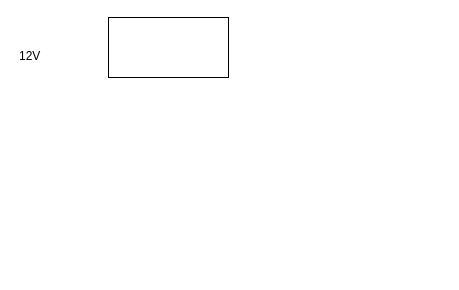
This is BAT.drawio from anhvanthe/01_my_drawio, a draw.io file, before an edit. Source tidied: cells renumbered, new cells numbered last; positions are measured from the earlier drawing's top-left corner, leaving out a move shared by most shapes. Both pictures are drawn from the tidied source at 100%, with x=0, y=0 at pixel (17, 17).
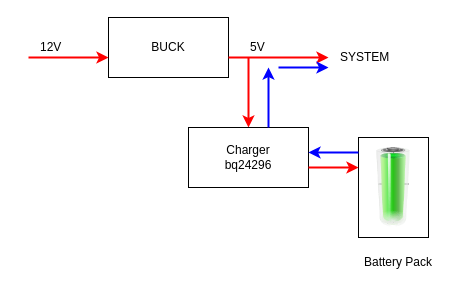
After the change.

What changed in the source:
```diff
@@
+    <mxCell id="4" style="rounded=0;whiteSpace=wrap;html=1;" parent="1" vertex="1">
+      <mxGeometry x="341" y="120" width="70" height="100" as="geometry" />
+    </mxCell>
-    <mxCell id="2" style="rounded=0;whiteSpace=wrap;html=1;" parent="1" vertex="1">
+    <mxCell id="2" value="BUCK" style="rounded=0;whiteSpace=wrap;html=1;" parent="1" vertex="1">
       <mxGeometry x="91" width="120" height="60" as="geometry" />
     </mxCell>
     <mxCell id="3" value="12V" style="text;html=1;align=left;verticalAlign=top;spacingTop=-4;" parent="1" vertex="1">
-      <mxGeometry y="29" width="40" height="20" as="geometry" />
+      <mxGeometry x="21" y="20" width="40" height="20" as="geometry" />
     </mxCell>
+    <mxCell id="5" style="endArrow=classic;html=1;entryX=0;entryY=0.667;entryDx=0;entryDy=0;entryPerimeter=0;strokeColor=#FF0000;jumpSize=6;strokeWidth=2;" parent="1" edge="1" target="2">
+      <mxGeometry relative="1" as="geometry">
+        <mxPoint x="11" y="40" as="sourcePoint" />
+      </mxGeometry>
+    </mxCell>
+    <mxCell id="6" style="endArrow=classic;html=1;strokeColor=#FF0000;strokeWidth=2;" parent="1" edge="1">
+      <mxGeometry relative="1" as="geometry">
+        <mxPoint x="211" y="40" as="sourcePoint" />
+        <mxPoint x="311" y="40" as="targetPoint" />
+      </mxGeometry>
+    </mxCell>
+    <mxCell id="7" value="5V" style="text;html=1;points=[];align=left;verticalAlign=top;spacingTop=-4;" parent="1" vertex="1">
+      <mxGeometry x="231" y="20" width="30" height="20" as="geometry" />
+    </mxCell>
+    <mxCell id="8" value="SYSTEM" style="text;html=1;align=left;verticalAlign=top;spacingTop=-4;" parent="1" vertex="1">
+      <mxGeometry x="321" y="30" width="60" height="20" as="geometry" />
+    </mxCell>
+    <mxCell id="9" style="endArrow=classic;html=1;exitX=0;exitY=1;exitDx=0;exitDy=0;exitPerimeter=0;strokeColor=#FF0000;jumpSize=6;strokeWidth=2;" parent="1" edge="1" source="7">
+      <mxGeometry relative="1" as="geometry">
+        <mxPoint x="231" y="110" as="targetPoint" />
+      </mxGeometry>
+    </mxCell>
+    <mxCell id="10" value="Charger&lt;br&gt;bq24296" style="rounded=0;whiteSpace=wrap;html=1;" parent="1" vertex="1">
+      <mxGeometry x="171" y="110" width="120" height="60" as="geometry" />
+    </mxCell>
+    <mxCell id="11" style="verticalLabelPosition=bottom;shadow=0;dashed=0;align=center;fillColor=#000000;html=1;verticalAlign=top;strokeWidth=1;shape=mxgraph.electrical.miscellaneous.monocell_battery;direction=north;" parent="1" vertex="1">
+      <mxGeometry x="361" y="135" width="30" height="70" as="geometry" />
+    </mxCell>
+    <mxCell id="12" value="Battery Pack" style="text;html=1;align=left;verticalAlign=top;spacingTop=-4;" parent="1" vertex="1">
+      <mxGeometry x="345" y="235" width="80" height="20" as="geometry" />
+    </mxCell>
+    <mxCell id="13" style="image;html=1;labelBackgroundColor=#ffffff;image=img/lib/clip_art/general/Battery_100_128x128.png;" parent="1" vertex="1">
+      <mxGeometry x="341" y="130" width="70" height="80" as="geometry" />
+    </mxCell>
+    <mxCell id="14" style="endArrow=classic;html=1;entryX=0;entryY=0.25;entryDx=0;entryDy=0;strokeColor=#FF0000;jumpSize=6;strokeWidth=2;" parent="1" edge="1" target="13">
+      <mxGeometry relative="1" as="geometry">
+        <mxPoint x="291" y="150" as="sourcePoint" />
+      </mxGeometry>
+    </mxCell>
+    <mxCell id="15" style="endArrow=classic;html=1;entryX=0;entryY=0.25;entryDx=0;entryDy=0;strokeColor=#0000FF;jumpSize=6;strokeWidth=2;" parent="1" edge="1">
+      <mxGeometry relative="1" as="geometry">
+        <mxPoint x="341" y="135" as="sourcePoint" />
+        <mxPoint x="291" y="135" as="targetPoint" />
+      </mxGeometry>
+    </mxCell>
+    <mxCell id="16" style="endArrow=classic;html=1;strokeColor=#0000FF;strokeWidth=2;" parent="1" edge="1">
+      <mxGeometry relative="1" as="geometry">
+        <mxPoint x="251" y="110" as="sourcePoint" />
+        <mxPoint x="251" y="50" as="targetPoint" />
+      </mxGeometry>
+    </mxCell>
+    <mxCell id="17" style="endArrow=classic;html=1;strokeColor=#0000FF;strokeWidth=2;" parent="1" edge="1">
+      <mxGeometry relative="1" as="geometry">
+        <mxPoint x="261" y="50" as="sourcePoint" />
+        <mxPoint x="311" y="50" as="targetPoint" />
+      </mxGeometry>
+    </mxCell>
```
